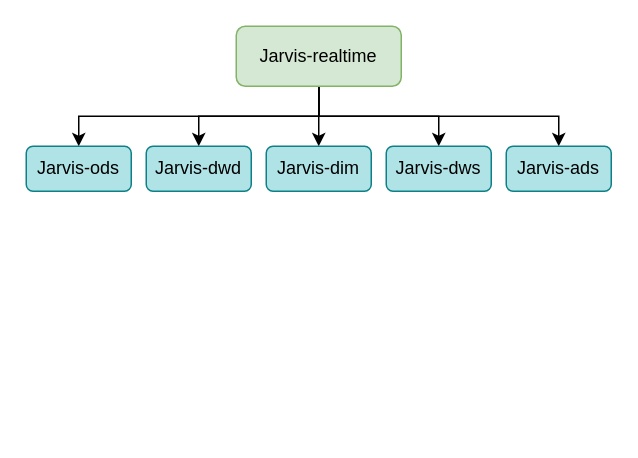
Earlier version of the draw.io diagram Jarivs-realtime平台结构.drawio (JonStarkdu/drawio). Source tidied: cells renumbered, new cells numbered last; positions are measured from the earlier drawing's top-left corner, leaving out a move shared by most shapes. Both pictures are drawn from the tidied source at 150%, with x=0, y=0 at pixel (26, 26).
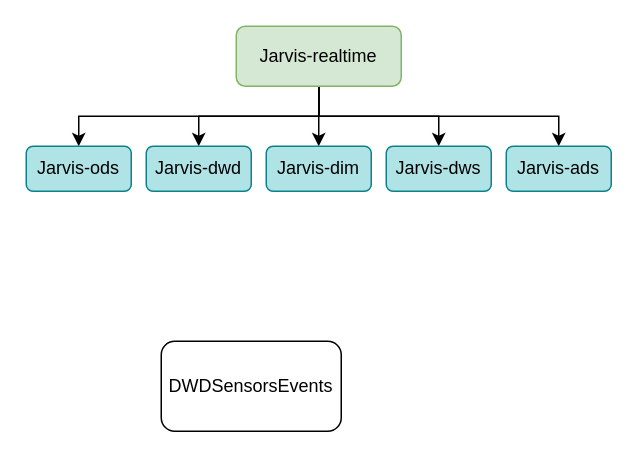
The same diagram, later.

Commit message:
更新Jarivs-realtime平台结构.drawio

Diff of the diagram source:
```diff
@@
 <mxGraphModel>
   <root>
     <mxCell id="0" />
     <mxCell id="1" parent="0" />
     <mxCell id="2" style="edgeStyle=orthogonalEdgeStyle;rounded=0;jettySize=auto;html=1;exitX=0.5;exitY=1;exitDx=0;exitDy=0;" parent="1" edge="1" source="7" target="8">
       <mxGeometry relative="1" as="geometry" />
     </mxCell>
     <mxCell id="3" style="edgeStyle=orthogonalEdgeStyle;rounded=0;jettySize=auto;html=1;exitX=0.5;exitY=1;exitDx=0;exitDy=0;" parent="1" edge="1" source="7" target="9">
       <mxGeometry relative="1" as="geometry" />
     </mxCell>
     <mxCell id="4" style="edgeStyle=orthogonalEdgeStyle;rounded=0;jettySize=auto;html=1;exitX=0.5;exitY=1;exitDx=0;exitDy=0;entryX=0.5;entryY=0;entryDx=0;entryDy=0;" parent="1" edge="1" source="7" target="10">
       <mxGeometry relative="1" as="geometry" />
     </mxCell>
     <mxCell id="5" style="edgeStyle=orthogonalEdgeStyle;rounded=0;jettySize=auto;html=1;exitX=0.5;exitY=1;exitDx=0;exitDy=0;" parent="1" edge="1" source="7" target="11">
       <mxGeometry relative="1" as="geometry" />
     </mxCell>
     <mxCell id="6" style="edgeStyle=orthogonalEdgeStyle;rounded=0;jettySize=auto;html=1;exitX=0.5;exitY=1;exitDx=0;exitDy=0;entryX=0.5;entryY=0;entryDx=0;entryDy=0;" parent="1" edge="1" source="7" target="12">
       <mxGeometry relative="1" as="geometry" />
     </mxCell>
     <mxCell id="7" value="Jarvis-realtime" style="rounded=1;whiteSpace=wrap;html=1;fillColor=#d5e8d4;strokeColor=#82b366;" parent="1" vertex="1">
       <mxGeometry x="140" width="110" height="40" as="geometry" />
     </mxCell>
     <mxCell id="8" value="Jarvis-ods" style="rounded=1;whiteSpace=wrap;html=1;fillColor=#b0e3e6;strokeColor=#0e8088;" parent="1" vertex="1">
       <mxGeometry y="80" width="70" height="30" as="geometry" />
     </mxCell>
     <mxCell id="9" value="Jarvis-dwd" style="rounded=1;whiteSpace=wrap;html=1;fillColor=#b0e3e6;strokeColor=#0e8088;" parent="1" vertex="1">
       <mxGeometry x="80" y="80" width="70" height="30" as="geometry" />
     </mxCell>
     <mxCell id="10" value="Jarvis-dim" style="rounded=1;whiteSpace=wrap;html=1;fillColor=#b0e3e6;strokeColor=#0e8088;" parent="1" vertex="1">
       <mxGeometry x="160" y="80" width="70" height="30" as="geometry" />
     </mxCell>
     <mxCell id="11" value="Jarvis-dws" style="rounded=1;whiteSpace=wrap;html=1;fillColor=#b0e3e6;strokeColor=#0e8088;" parent="1" vertex="1">
       <mxGeometry x="240" y="80" width="70" height="30" as="geometry" />
     </mxCell>
     <mxCell id="12" value="Jarvis-ads" style="rounded=1;whiteSpace=wrap;html=1;fillColor=#b0e3e6;strokeColor=#0e8088;" parent="1" vertex="1">
       <mxGeometry x="320" y="80" width="70" height="30" as="geometry" />
     </mxCell>
+    <mxCell id="13" value="DWDSensorsEvents" style="rounded=1;whiteSpace=wrap;html=1;" parent="1" vertex="1">
+      <mxGeometry x="90" y="210" width="120" height="60" as="geometry" />
+    </mxCell>
   </root>
 </mxGraphModel>
```
